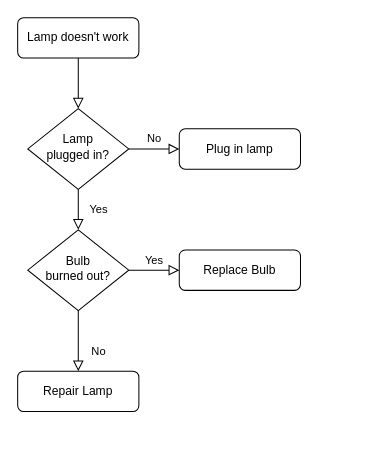
BxcGit/draw keeps this draw.io diagram as draw/测试.drawio. Above is the earlier version. Source tidied: cells renumbered, new cells numbered last; positions are measured from the earlier drawing's top-left corner, leaving out a move shared by most shapes. Both pictures are drawn from the tidied source at 101%, with x=0, y=0 at pixel (17, 17).
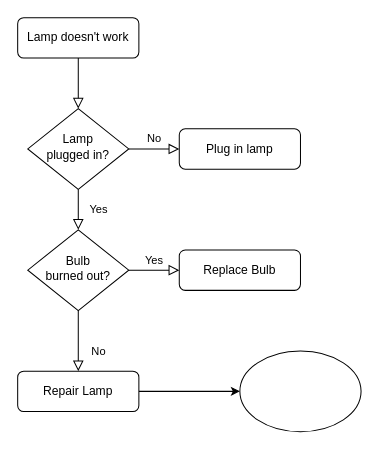
Above is the later version.

Change to the diagram source:
```diff
@@
 <mxGraphModel>
   <root>
     <mxCell id="0" />
     <mxCell id="1" parent="0" />
     <mxCell id="2" style="rounded=0;html=1;jettySize=auto;fontSize=11;endArrow=block;endFill=0;endSize=8;strokeWidth=1;shadow=0;labelBackgroundColor=none;edgeStyle=orthogonalEdgeStyle;" parent="1" edge="1" source="3" target="6">
       <mxGeometry relative="1" as="geometry" />
     </mxCell>
     <mxCell id="3" value="Lamp doesn't work" style="rounded=1;whiteSpace=wrap;html=1;fontSize=12;glass=0;strokeWidth=1;shadow=0;" parent="1" vertex="1">
       <mxGeometry width="120" height="40" as="geometry" />
     </mxCell>
     <mxCell id="4" value="Yes" style="rounded=0;html=1;jettySize=auto;fontSize=11;endArrow=block;endFill=0;endSize=8;strokeWidth=1;shadow=0;labelBackgroundColor=none;edgeStyle=orthogonalEdgeStyle;" parent="1" edge="1" source="6" target="10">
       <mxGeometry y="20" relative="1" as="geometry" />
     </mxCell>
     <mxCell id="5" value="No" style="edgeStyle=orthogonalEdgeStyle;rounded=0;html=1;jettySize=auto;fontSize=11;endArrow=block;endFill=0;endSize=8;strokeWidth=1;shadow=0;labelBackgroundColor=none;" parent="1" edge="1" source="6" target="7">
       <mxGeometry y="10" relative="1" as="geometry" />
     </mxCell>
     <mxCell id="6" value="Lamp&lt;br&gt;plugged in?" style="rhombus;whiteSpace=wrap;html=1;shadow=0;fontFamily=Helvetica;fontSize=12;align=center;strokeWidth=1;spacing=6;spacingTop=-4;" parent="1" vertex="1">
       <mxGeometry x="10" y="90" width="100" height="80" as="geometry" />
     </mxCell>
     <mxCell id="7" value="Plug in lamp" style="rounded=1;whiteSpace=wrap;html=1;fontSize=12;glass=0;strokeWidth=1;shadow=0;" parent="1" vertex="1">
       <mxGeometry x="160" y="110" width="120" height="40" as="geometry" />
     </mxCell>
     <mxCell id="8" value="No" style="rounded=0;html=1;jettySize=auto;fontSize=11;endArrow=block;endFill=0;endSize=8;strokeWidth=1;shadow=0;labelBackgroundColor=none;edgeStyle=orthogonalEdgeStyle;" parent="1" edge="1" source="10" target="11">
       <mxGeometry x="0.33" y="20" relative="1" as="geometry" />
     </mxCell>
     <mxCell id="9" value="Yes" style="edgeStyle=orthogonalEdgeStyle;rounded=0;html=1;jettySize=auto;fontSize=11;endArrow=block;endFill=0;endSize=8;strokeWidth=1;shadow=0;labelBackgroundColor=none;" parent="1" edge="1" source="10" target="12">
       <mxGeometry y="10" relative="1" as="geometry" />
     </mxCell>
     <mxCell id="10" value="Bulb&lt;br&gt;burned out?" style="rhombus;whiteSpace=wrap;html=1;shadow=0;fontFamily=Helvetica;fontSize=12;align=center;strokeWidth=1;spacing=6;spacingTop=-4;" parent="1" vertex="1">
       <mxGeometry x="10" y="210" width="100" height="80" as="geometry" />
     </mxCell>
+    <mxCell id="13" style="edgeStyle=orthogonalEdgeStyle;rounded=0;jettySize=auto;html=1;" parent="1" edge="1" source="11">
+      <mxGeometry relative="1" as="geometry">
+        <mxPoint x="220" y="370" as="targetPoint" />
+      </mxGeometry>
+    </mxCell>
     <mxCell id="11" value="Repair Lamp" style="rounded=1;whiteSpace=wrap;html=1;fontSize=12;glass=0;strokeWidth=1;shadow=0;" parent="1" vertex="1">
       <mxGeometry y="350" width="120" height="40" as="geometry" />
     </mxCell>
     <mxCell id="12" value="Replace Bulb" style="rounded=1;whiteSpace=wrap;html=1;fontSize=12;glass=0;strokeWidth=1;shadow=0;" parent="1" vertex="1">
       <mxGeometry x="160" y="230" width="120" height="40" as="geometry" />
     </mxCell>
+    <mxCell id="14" style="ellipse;whiteSpace=wrap;html=1;" parent="1" vertex="1">
+      <mxGeometry x="220" y="330" width="120" height="80" as="geometry" />
+    </mxCell>
   </root>
 </mxGraphModel>
```
